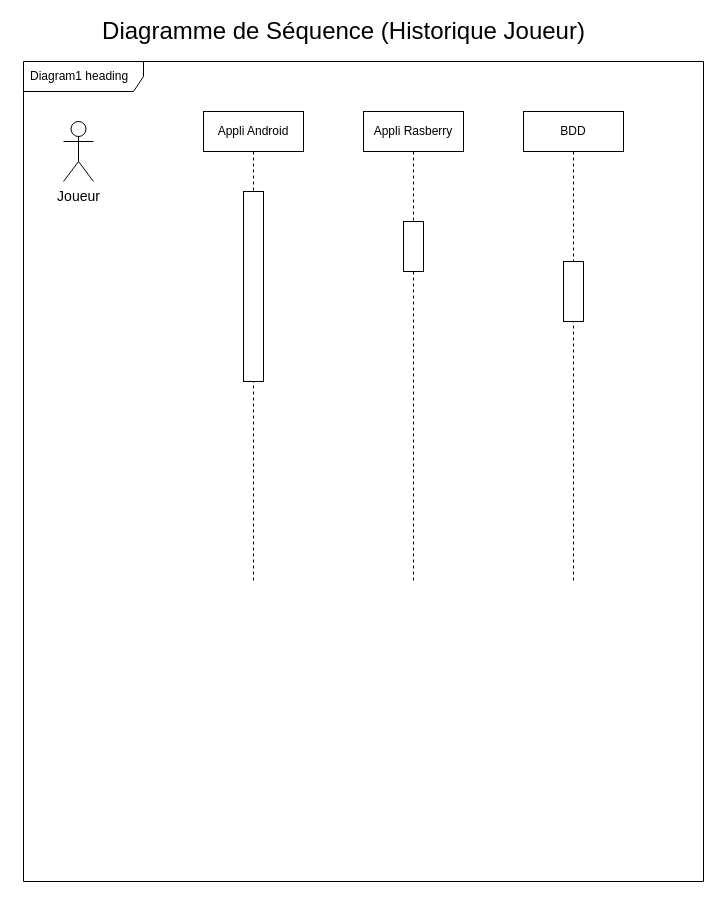
Above: Diagramme/Diagramme de Séquence (Historique Joueur).drawio in Hazim-AS/SensorPong (draw.io), before the change. Source tidied: cells renumbered, new cells numbered last; positions are measured from the earlier drawing's top-left corner, leaving out a move shared by most shapes. Both pictures are drawn from the tidied source at 100%, with x=0, y=0 at pixel (23, 21).
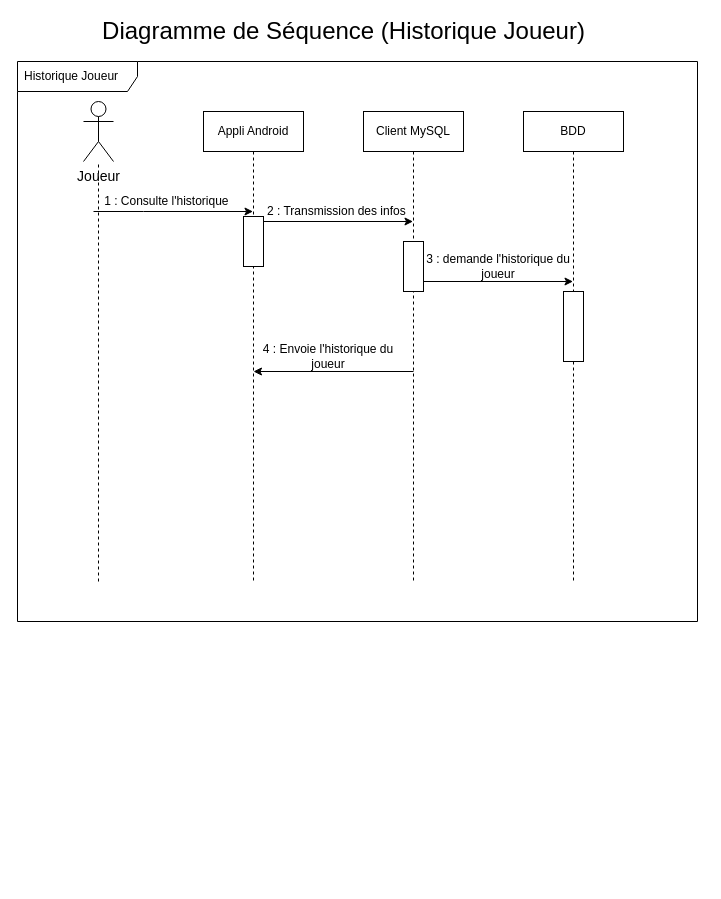
Above is the later version.

Commit message (it also covers changes not shown here):
Update README et Diagramme Historique Joueur

The change refers to these unchanged cells:
```xml
<mxCell id="4" value="Appli Android" style="shape=umlLifeline;perimeter=lifelinePerimeter;whiteSpace=wrap;html=1;outlineConnect=0;" parent="1" vertex="1">
  <mxGeometry x="180" y="90" width="100" height="470" as="geometry" />
</mxCell>
<mxCell id="8" value="BDD" style="shape=umlLifeline;perimeter=lifelinePerimeter;whiteSpace=wrap;html=1;" parent="1" vertex="1">
  <mxGeometry x="500" y="90" width="100" height="470" as="geometry" />
</mxCell>
```

Diff of the diagram source:
```diff
@@
-    <mxCell id="2" value="Diagram1 heading" style="shape=umlFrame;whiteSpace=wrap;html=1;width=120;height=30;boundedLbl=1;verticalAlign=middle;align=left;spacingLeft=5;" parent="1" vertex="1">
-      <mxGeometry y="40" width="680" height="820" as="geometry" />
+    <mxCell id="2" value="Historique Joueur" style="shape=umlFrame;whiteSpace=wrap;html=1;width=120;height=30;boundedLbl=1;verticalAlign=middle;align=left;spacingLeft=5;" parent="1" vertex="1">
+      <mxGeometry x="-6" y="40" width="680" height="560" as="geometry" />
     </mxCell>
-    <mxCell id="3" value="&lt;font style=&quot;font-size: 14px&quot;&gt;Joueur&lt;/font&gt;" style="shape=umlActor;verticalLabelPosition=bottom;verticalAlign=top;html=1;" parent="1" vertex="1">
-      <mxGeometry x="40" y="100" width="30" height="60" as="geometry" />
-    </mxCell>
@@
     <mxCell id="5" style="rounded=0;whiteSpace=wrap;html=1;fontSize=14;" parent="4" vertex="1">
-      <mxGeometry x="40" y="80" width="20" height="190" as="geometry" />
+      <mxGeometry x="40" y="105" width="20" height="50" as="geometry" />
     </mxCell>
-    <mxCell id="6" value="Appli Rasberry" style="shape=umlLifeline;perimeter=lifelinePerimeter;whiteSpace=wrap;html=1;" parent="1" vertex="1">
+    <mxCell id="6" value="Client MySQL" style="shape=umlLifeline;perimeter=lifelinePerimeter;whiteSpace=wrap;html=1;" parent="1" vertex="1">
       <mxGeometry x="340" y="90" width="100" height="470" as="geometry" />
     </mxCell>
     <mxCell id="7" style="rounded=0;whiteSpace=wrap;html=1;fontSize=14;" parent="6" vertex="1">
-      <mxGeometry x="40" y="110" width="20" height="50" as="geometry" />
+      <mxGeometry x="40" y="130" width="20" height="50" as="geometry" />
     </mxCell>
@@
     <mxCell id="9" style="rounded=0;whiteSpace=wrap;html=1;fontSize=14;" parent="8" vertex="1">
-      <mxGeometry x="40" y="150" width="20" height="60" as="geometry" />
+      <mxGeometry x="40" y="180" width="20" height="70" as="geometry" />
     </mxCell>
@@
+    <mxCell id="3" value="&lt;font style=&quot;font-size: 14px&quot;&gt;Joueur&lt;/font&gt;" style="shape=umlActor;verticalLabelPosition=bottom;verticalAlign=top;html=1;" parent="1" vertex="1">
+      <mxGeometry x="60" y="80" width="30" height="60" as="geometry" />
+    </mxCell>
+    <mxCell id="11" style="endArrow=none;dashed=1;html=1;rounded=0;startArrow=none;" parent="1" edge="1" target="3">
+      <mxGeometry relative="1" as="geometry">
+        <mxPoint x="75" y="560" as="sourcePoint" />
+      </mxGeometry>
+    </mxCell>
+    <mxCell id="12" style="endArrow=classic;html=1;rounded=0;" parent="1" edge="1" target="4">
+      <mxGeometry relative="1" as="geometry">
+        <mxPoint x="70" y="190" as="sourcePoint" />
+        <Array as="points">
+          <mxPoint x="120" y="190" />
+        </Array>
+      </mxGeometry>
+    </mxCell>
+    <mxCell id="13" value="&amp;nbsp; 1 : Consulte l'historique" style="text;html=1;strokeColor=none;fillColor=none;align=center;verticalAlign=middle;whiteSpace=wrap;rounded=0;" parent="1" vertex="1">
+      <mxGeometry x="70" y="170" width="140" height="20" as="geometry" />
+    </mxCell>
+    <mxCell id="14" style="endArrow=classic;html=1;rounded=0;" parent="1" edge="1">
+      <mxGeometry relative="1" as="geometry">
+        <mxPoint x="240" y="200" as="sourcePoint" />
+        <mxPoint x="389.5" y="200" as="targetPoint" />
+      </mxGeometry>
+    </mxCell>
+    <mxCell id="15" value="2 : Transmission des infos&amp;nbsp;" style="text;html=1;strokeColor=none;fillColor=none;align=center;verticalAlign=middle;whiteSpace=wrap;rounded=0;" parent="1" vertex="1">
+      <mxGeometry x="230" y="180" width="170" height="20" as="geometry" />
+    </mxCell>
+    <mxCell id="16" value="3 : demande l'historique du joueur" style="text;html=1;strokeColor=none;fillColor=none;align=center;verticalAlign=middle;whiteSpace=wrap;rounded=0;" parent="1" vertex="1">
+      <mxGeometry x="400" y="230" width="150" height="30" as="geometry" />
+    </mxCell>
+    <mxCell id="17" value="4 : Envoie l'historique du joueur" style="text;html=1;strokeColor=none;fillColor=none;align=center;verticalAlign=middle;whiteSpace=wrap;rounded=0;fontFamily=Helvetica;fontSize=12;fontColor=default;" parent="1" vertex="1">
+      <mxGeometry x="230" y="320" width="150" height="30" as="geometry" />
+    </mxCell>
+    <mxCell id="18" style="endArrow=classic;html=1;rounded=0;" parent="1" edge="1">
+      <mxGeometry relative="1" as="geometry">
+        <mxPoint x="400" y="260" as="sourcePoint" />
+        <mxPoint x="549.5" y="260" as="targetPoint" />
+      </mxGeometry>
+    </mxCell>
+    <mxCell id="19" style="endArrow=classic;html=1;rounded=0;" parent="1" edge="1">
+      <mxGeometry relative="1" as="geometry">
+        <mxPoint x="390" y="350" as="sourcePoint" />
+        <mxPoint x="230" y="350" as="targetPoint" />
+        <Array as="points">
+          <mxPoint x="340.5" y="350" />
+        </Array>
+      </mxGeometry>
+    </mxCell>
```
